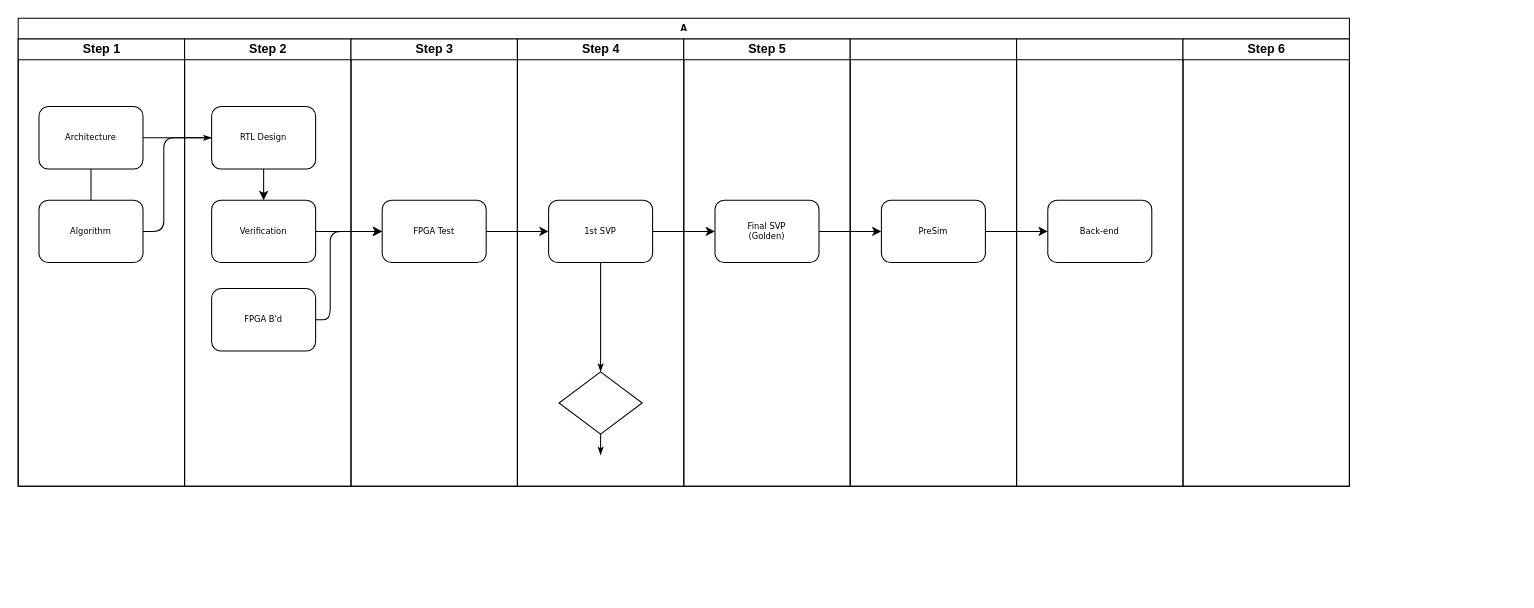
This is script/Untitled Diagram.drawio from choisworld/github-slideshow, a draw.io file, before an edit. Source tidied: cells renumbered, new cells numbered last; positions are measured from the earlier drawing's top-left corner, leaving out a move shared by most shapes. Both pictures are drawn from the tidied source at 104%, with x=0, y=0 at pixel (18, 18).
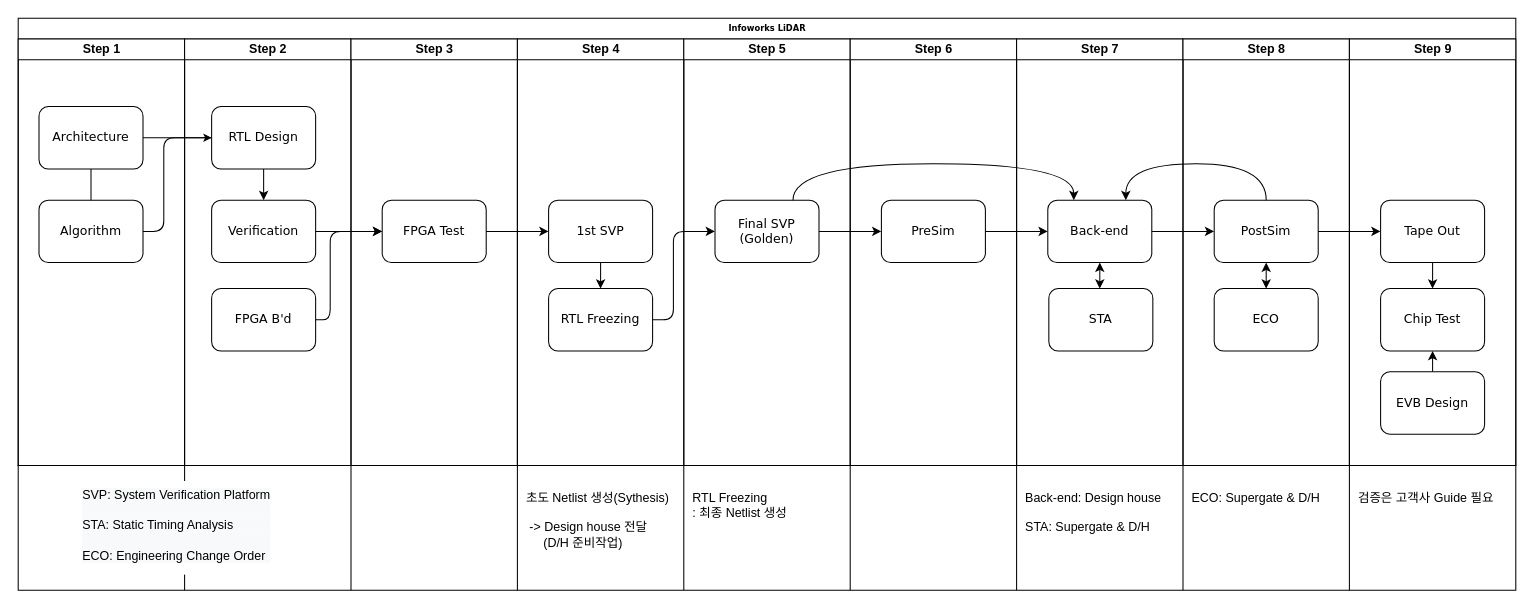
Above is the later version.

The edit, as a diff of the source:
```diff
@@
-    <mxCell id="2" value="A" style="swimlane;html=1;startSize=20;rounded=0;shadow=0;labelBackgroundColor=none;strokeWidth=1;fontFamily=Verdana;fontSize=8;align=center;" parent="1" vertex="1">
-      <mxGeometry width="1280" height="450" as="geometry" />
+    <mxCell id="2" value="Infoworks LiDAR" style="swimlane;html=1;startSize=20;rounded=0;shadow=0;labelBackgroundColor=none;strokeWidth=1;fontFamily=Verdana;fontSize=8;align=center;" parent="1" vertex="1">
+      <mxGeometry width="1440" height="430" as="geometry" />
     </mxCell>
     <mxCell id="3" value="Step 1" style="swimlane;html=1;startSize=20;" parent="2" vertex="1">
-      <mxGeometry y="20" width="160" height="430" as="geometry" />
+      <mxGeometry y="20" width="160" height="410" as="geometry" />
     </mxCell>
-    <mxCell id="4" value="Architecture" style="rounded=1;whiteSpace=wrap;html=1;shadow=0;labelBackgroundColor=none;strokeWidth=1;fontFamily=Verdana;fontSize=8;align=center;" parent="3" vertex="1">
+    <mxCell id="4" value="&lt;font style=&quot;font-size: 12px&quot;&gt;Architecture&lt;/font&gt;" style="rounded=1;whiteSpace=wrap;html=1;shadow=0;labelBackgroundColor=none;strokeWidth=1;fontFamily=Verdana;fontSize=8;align=center;" parent="3" vertex="1">
       <mxGeometry x="20" y="65" width="100" height="60" as="geometry" />
     </mxCell>
-    <mxCell id="5" value="Algorithm" style="rounded=1;whiteSpace=wrap;html=1;shadow=0;labelBackgroundColor=none;strokeWidth=1;fontFamily=Verdana;fontSize=8;align=center;" parent="3" vertex="1">
+    <mxCell id="5" value="&lt;font style=&quot;font-size: 12px&quot;&gt;Algorithm&lt;/font&gt;" style="rounded=1;whiteSpace=wrap;html=1;shadow=0;labelBackgroundColor=none;strokeWidth=1;fontFamily=Verdana;fontSize=8;align=center;" parent="3" vertex="1">
       <mxGeometry x="20" y="155" width="100" height="60" as="geometry" />
     </mxCell>
@@
-    <mxCell id="7" style="edgeStyle=orthogonalEdgeStyle;rounded=1;html=1;labelBackgroundColor=none;startArrow=none;startFill=0;startSize=5;endArrow=classicThin;endFill=1;endSize=5;jettySize=auto;strokeWidth=1;fontFamily=Verdana;fontSize=8;" parent="2" edge="1" source="4" target="10">
+    <mxCell id="7" style="edgeStyle=orthogonalEdgeStyle;rounded=1;html=1;labelBackgroundColor=none;startArrow=none;startFill=0;startSize=5;endArrow=classic;endFill=1;endSize=5;jettySize=auto;strokeWidth=1;fontFamily=Verdana;fontSize=8;" parent="2" edge="1" source="4" target="10">
       <mxGeometry relative="1" as="geometry" />
     </mxCell>
     <mxCell id="8" value="Step 2" style="swimlane;html=1;startSize=20;" parent="2" vertex="1">
-      <mxGeometry x="160" y="20" width="160" height="430" as="geometry" />
+      <mxGeometry x="160" y="20" width="160" height="410" as="geometry" />
     </mxCell>
@@
-    <mxCell id="10" value="RTL Design" style="rounded=1;whiteSpace=wrap;html=1;shadow=0;labelBackgroundColor=none;strokeWidth=1;fontFamily=Verdana;fontSize=8;align=center;" parent="8" vertex="1">
+    <mxCell id="10" value="&lt;font style=&quot;font-size: 12px&quot;&gt;RTL Design&lt;/font&gt;" style="rounded=1;whiteSpace=wrap;html=1;shadow=0;labelBackgroundColor=none;strokeWidth=1;fontFamily=Verdana;fontSize=8;align=center;" parent="8" vertex="1">
       <mxGeometry x="26" y="65" width="100" height="60" as="geometry" />
     </mxCell>
-    <mxCell id="11" value="Verification" style="rounded=1;whiteSpace=wrap;html=1;shadow=0;labelBackgroundColor=none;strokeWidth=1;fontFamily=Verdana;fontSize=8;align=center;" parent="8" vertex="1">
+    <mxCell id="11" value="&lt;font style=&quot;font-size: 12px&quot;&gt;Verification&lt;/font&gt;" style="rounded=1;whiteSpace=wrap;html=1;shadow=0;labelBackgroundColor=none;strokeWidth=1;fontFamily=Verdana;fontSize=8;align=center;" parent="8" vertex="1">
       <mxGeometry x="26" y="155" width="100" height="60" as="geometry" />
     </mxCell>
-    <mxCell id="12" value="FPGA B'd" style="rounded=1;whiteSpace=wrap;html=1;shadow=0;labelBackgroundColor=none;strokeWidth=1;fontFamily=Verdana;fontSize=8;align=center;" parent="8" vertex="1">
+    <mxCell id="12" value="&lt;font style=&quot;font-size: 12px&quot;&gt;FPGA B'd&lt;/font&gt;" style="rounded=1;whiteSpace=wrap;html=1;shadow=0;labelBackgroundColor=none;strokeWidth=1;fontFamily=Verdana;fontSize=8;align=center;" parent="8" vertex="1">
       <mxGeometry x="26" y="240" width="100" height="60" as="geometry" />
     </mxCell>
     <mxCell id="13" value="Step 3" style="swimlane;html=1;startSize=20;" parent="2" vertex="1">
-      <mxGeometry x="320" y="20" width="160" height="430" as="geometry" />
+      <mxGeometry x="320" y="20" width="160" height="410" as="geometry" />
     </mxCell>
-    <mxCell id="14" value="FPGA Test" style="rounded=1;whiteSpace=wrap;html=1;shadow=0;labelBackgroundColor=none;strokeWidth=1;fontFamily=Verdana;fontSize=8;align=center;" parent="13" vertex="1">
+    <mxCell id="14" value="&lt;font style=&quot;font-size: 12px&quot;&gt;FPGA Test&lt;/font&gt;" style="rounded=1;whiteSpace=wrap;html=1;shadow=0;labelBackgroundColor=none;strokeWidth=1;fontFamily=Verdana;fontSize=8;align=center;" parent="13" vertex="1">
       <mxGeometry x="30" y="155" width="100" height="60" as="geometry" />
     </mxCell>
     <mxCell id="15" value="Step 4" style="swimlane;html=1;startSize=20;" parent="2" vertex="1">
-      <mxGeometry x="480" y="20" width="160" height="430" as="geometry" />
+      <mxGeometry x="480" y="20" width="160" height="410" as="geometry" />
     </mxCell>
+    <mxCell id="34" style="edgeStyle=elbowEdgeStyle;curved=1;jettySize=auto;html=1;exitX=0.5;exitY=1;exitDx=0;exitDy=0;entryX=0.5;entryY=0;entryDx=0;entryDy=0;startArrow=none;startFill=0;endArrow=classic;endFill=1;" parent="15" edge="1" source="16" target="35">
+      <mxGeometry relative="1" as="geometry" />
+    </mxCell>
-    <mxCell id="16" value="1st SVP" style="rounded=1;whiteSpace=wrap;html=1;shadow=0;labelBackgroundColor=none;strokeWidth=1;fontFamily=Verdana;fontSize=8;align=center;" parent="15" vertex="1">
+    <mxCell id="16" value="&lt;font style=&quot;font-size: 12px&quot;&gt;1st SVP&lt;/font&gt;" style="rounded=1;whiteSpace=wrap;html=1;shadow=0;labelBackgroundColor=none;strokeWidth=1;fontFamily=Verdana;fontSize=8;align=center;" parent="15" vertex="1">
       <mxGeometry x="30" y="155" width="100" height="60" as="geometry" />
     </mxCell>
-    <mxCell id="17" style="rhombus;whiteSpace=wrap;html=1;rounded=0;shadow=0;labelBackgroundColor=none;strokeWidth=1;fontFamily=Verdana;fontSize=8;align=center;" parent="15" vertex="1">
-      <mxGeometry x="40" y="320" width="80" height="60" as="geometry" />
-    </mxCell>
-    <mxCell id="18" style="edgeStyle=orthogonalEdgeStyle;rounded=1;html=1;labelBackgroundColor=none;startArrow=none;startFill=0;startSize=5;endArrow=classicThin;endFill=1;endSize=5;jettySize=auto;strokeColor=#000000;strokeWidth=1;fontFamily=Verdana;fontSize=8;fontColor=#000000;" parent="15" edge="1" source="16" target="17">
-      <mxGeometry relative="1" as="geometry" />
-    </mxCell>
-    <mxCell id="19" style="edgeStyle=orthogonalEdgeStyle;rounded=1;html=1;labelBackgroundColor=none;startArrow=none;startFill=0;startSize=5;endArrow=classicThin;endFill=1;endSize=5;jettySize=auto;strokeWidth=1;fontFamily=Verdana;fontSize=8;" parent="15" edge="1" source="17">
-      <mxGeometry relative="1" as="geometry">
-        <mxPoint x="80" y="400" as="targetPoint" />
-      </mxGeometry>
-    </mxCell>
+    <mxCell id="35" value="&lt;font style=&quot;font-size: 12px&quot;&gt;RTL Freezing&lt;/font&gt;" style="rounded=1;whiteSpace=wrap;html=1;shadow=0;labelBackgroundColor=none;strokeWidth=1;fontFamily=Verdana;fontSize=8;align=center;" parent="15" vertex="1">
+      <mxGeometry x="30" y="240" width="100" height="60" as="geometry" />
+    </mxCell>
     <mxCell id="20" value="Step 5" style="swimlane;html=1;startSize=20;" parent="2" vertex="1">
-      <mxGeometry x="640" y="20" width="160" height="430" as="geometry" />
+      <mxGeometry x="640" y="20" width="160" height="410" as="geometry" />
     </mxCell>
-    <mxCell id="21" value="Final SVP&lt;br&gt;(Golden)" style="rounded=1;whiteSpace=wrap;html=1;shadow=0;labelBackgroundColor=none;strokeWidth=1;fontFamily=Verdana;fontSize=8;align=center;" parent="20" vertex="1">
+    <mxCell id="21" value="&lt;font style=&quot;font-size: 12px&quot;&gt;Final SVP&lt;br&gt;(Golden)&lt;/font&gt;" style="rounded=1;whiteSpace=wrap;html=1;shadow=0;labelBackgroundColor=none;strokeWidth=1;fontFamily=Verdana;fontSize=8;align=center;" parent="20" vertex="1">
       <mxGeometry x="30" y="155" width="100" height="60" as="geometry" />
     </mxCell>
-    <mxCell id="22" style="swimlane;html=1;startSize=20;" parent="2" vertex="1">
-      <mxGeometry x="800" y="20" width="160" height="430" as="geometry" />
+    <mxCell id="22" value="Step 6" style="swimlane;html=1;startSize=20;" parent="2" vertex="1">
+      <mxGeometry x="800" y="20" width="160" height="410" as="geometry" />
     </mxCell>
-    <mxCell id="23" value="PreSim" style="rounded=1;whiteSpace=wrap;html=1;shadow=0;labelBackgroundColor=none;strokeWidth=1;fontFamily=Verdana;fontSize=8;align=center;" parent="22" vertex="1">
+    <mxCell id="23" value="&lt;font style=&quot;font-size: 12px&quot;&gt;PreSim&lt;/font&gt;" style="rounded=1;whiteSpace=wrap;html=1;shadow=0;labelBackgroundColor=none;strokeWidth=1;fontFamily=Verdana;fontSize=8;align=center;" parent="22" vertex="1">
       <mxGeometry x="30" y="155" width="100" height="60" as="geometry" />
     </mxCell>
-    <mxCell id="24" style="swimlane;html=1;startSize=20;" parent="2" vertex="1">
-      <mxGeometry x="960" y="20" width="160" height="430" as="geometry" />
+    <mxCell id="24" value="Step 7" style="swimlane;html=1;startSize=20;" parent="2" vertex="1">
+      <mxGeometry x="960" y="20" width="160" height="410" as="geometry" />
     </mxCell>
+    <mxCell id="36" style="edgeStyle=elbowEdgeStyle;rounded=0;jettySize=auto;html=1;exitX=0.5;exitY=1;exitDx=0;exitDy=0;startArrow=classic;startFill=1;endArrow=classic;endFill=1;" parent="24" edge="1" source="25" target="37">
+      <mxGeometry relative="1" as="geometry" />
+    </mxCell>
-    <mxCell id="25" value="Back-end" style="rounded=1;whiteSpace=wrap;html=1;shadow=0;labelBackgroundColor=none;strokeWidth=1;fontFamily=Verdana;fontSize=8;align=center;" parent="24" vertex="1">
+    <mxCell id="25" value="&lt;font style=&quot;font-size: 12px&quot;&gt;Back-end&lt;/font&gt;" style="rounded=1;whiteSpace=wrap;html=1;shadow=0;labelBackgroundColor=none;strokeWidth=1;fontFamily=Verdana;fontSize=8;align=center;" parent="24" vertex="1">
       <mxGeometry x="30" y="155" width="100" height="60" as="geometry" />
     </mxCell>
+    <mxCell id="37" value="&lt;font style=&quot;font-size: 12px&quot;&gt;STA&lt;/font&gt;" style="rounded=1;whiteSpace=wrap;html=1;shadow=0;labelBackgroundColor=none;strokeWidth=1;fontFamily=Verdana;fontSize=8;align=center;" parent="24" vertex="1">
+      <mxGeometry x="31" y="240" width="100" height="60" as="geometry" />
+    </mxCell>
-    <mxCell id="26" value="Step 6" style="swimlane;html=1;startSize=20;" parent="2" vertex="1">
-      <mxGeometry x="1120" y="20" width="160" height="430" as="geometry" />
+    <mxCell id="26" value="Step 8" style="swimlane;html=1;startSize=20;" parent="2" vertex="1">
+      <mxGeometry x="1120" y="20" width="160" height="410" as="geometry" />
     </mxCell>
+    <mxCell id="38" style="edgeStyle=elbowEdgeStyle;curved=1;jettySize=auto;html=1;exitX=0.5;exitY=1;exitDx=0;exitDy=0;entryX=0.5;entryY=0;entryDx=0;entryDy=0;startArrow=classic;startFill=1;endArrow=classic;endFill=1;" parent="26" edge="1" source="39" target="40">
+      <mxGeometry relative="1" as="geometry" />
+    </mxCell>
+    <mxCell id="39" value="&lt;font style=&quot;font-size: 12px&quot;&gt;PostSim&lt;/font&gt;" style="rounded=1;whiteSpace=wrap;html=1;shadow=0;labelBackgroundColor=none;strokeWidth=1;fontFamily=Verdana;fontSize=8;align=center;" parent="26" vertex="1">
+      <mxGeometry x="30" y="155" width="100" height="60" as="geometry" />
+    </mxCell>
+    <mxCell id="40" value="&lt;font style=&quot;font-size: 12px&quot;&gt;ECO&lt;/font&gt;" style="rounded=1;whiteSpace=wrap;html=1;shadow=0;labelBackgroundColor=none;strokeWidth=1;fontFamily=Verdana;fontSize=8;align=center;" parent="26" vertex="1">
+      <mxGeometry x="30" y="240" width="100" height="60" as="geometry" />
+    </mxCell>
+    <mxCell id="41" value="Step 9" style="swimlane;html=1;startSize=20;" parent="2" vertex="1">
+      <mxGeometry x="1280" y="20" width="160" height="410" as="geometry" />
+    </mxCell>
+    <mxCell id="42" style="edgeStyle=elbowEdgeStyle;curved=1;jettySize=auto;html=1;exitX=0.5;exitY=1;exitDx=0;exitDy=0;entryX=0.5;entryY=0;entryDx=0;entryDy=0;startArrow=none;startFill=0;endArrow=classic;endFill=1;" parent="41" edge="1" source="43" target="44">
+      <mxGeometry relative="1" as="geometry" />
+    </mxCell>
+    <mxCell id="43" value="&lt;font style=&quot;font-size: 12px&quot;&gt;Tape Out&lt;/font&gt;" style="rounded=1;whiteSpace=wrap;html=1;shadow=0;labelBackgroundColor=none;strokeWidth=1;fontFamily=Verdana;fontSize=8;align=center;" parent="41" vertex="1">
+      <mxGeometry x="30" y="155" width="100" height="60" as="geometry" />
+    </mxCell>
+    <mxCell id="44" value="&lt;font style=&quot;font-size: 12px&quot;&gt;Chip Test&lt;/font&gt;" style="rounded=1;whiteSpace=wrap;html=1;shadow=0;labelBackgroundColor=none;strokeWidth=1;fontFamily=Verdana;fontSize=8;align=center;" parent="41" vertex="1">
+      <mxGeometry x="30" y="240" width="100" height="60" as="geometry" />
+    </mxCell>
+    <mxCell id="45" style="edgeStyle=elbowEdgeStyle;curved=1;jettySize=auto;html=1;exitX=0.5;exitY=0;exitDx=0;exitDy=0;entryX=0.5;entryY=1;entryDx=0;entryDy=0;startArrow=none;startFill=0;endArrow=classic;endFill=1;" parent="41" edge="1" source="46" target="44">
+      <mxGeometry relative="1" as="geometry" />
+    </mxCell>
+    <mxCell id="46" value="&lt;font style=&quot;font-size: 12px&quot;&gt;EVB Design&lt;/font&gt;" style="rounded=1;whiteSpace=wrap;html=1;shadow=0;labelBackgroundColor=none;strokeWidth=1;fontFamily=Verdana;fontSize=8;align=center;" parent="41" vertex="1">
+      <mxGeometry x="30" y="320" width="100" height="60" as="geometry" />
+    </mxCell>
@@
-    <mxCell id="31" style="edgeStyle=elbowEdgeStyle;rounded=1;jettySize=auto;html=1;startArrow=none;startFill=0;endArrow=classic;endFill=1;" parent="2" edge="1" source="16" target="21">
-      <mxGeometry relative="1" as="geometry" />
-    </mxCell>
@@
+    <mxCell id="47" style="edgeStyle=elbowEdgeStyle;rounded=1;jettySize=auto;html=1;startArrow=none;startFill=0;endArrow=classic;endFill=1;" parent="2" edge="1" source="25" target="39">
+      <mxGeometry relative="1" as="geometry" />
+    </mxCell>
+    <mxCell id="48" style="edgeStyle=elbowEdgeStyle;rounded=0;jettySize=auto;html=1;exitX=1;exitY=0.5;exitDx=0;exitDy=0;entryX=0;entryY=0.5;entryDx=0;entryDy=0;startArrow=none;startFill=0;endArrow=classic;endFill=1;" parent="2" edge="1" source="39" target="43">
+      <mxGeometry relative="1" as="geometry" />
+    </mxCell>
+    <mxCell id="49" style="edgeStyle=elbowEdgeStyle;jettySize=auto;html=1;startArrow=none;startFill=0;endArrow=classic;endFill=1;curved=1;entryX=0.75;entryY=0;entryDx=0;entryDy=0;exitX=0.5;exitY=0;exitDx=0;exitDy=0;" parent="2" edge="1" source="39" target="25">
+      <mxGeometry relative="1" as="geometry">
+        <Array as="points">
+          <mxPoint x="1140" y="140" />
+        </Array>
+      </mxGeometry>
+    </mxCell>
+    <mxCell id="50" style="edgeStyle=elbowEdgeStyle;jettySize=auto;html=1;exitX=1;exitY=0.5;exitDx=0;exitDy=0;startArrow=none;startFill=0;endArrow=classic;endFill=1;rounded=1;" parent="2" edge="1" source="35" target="21">
+      <mxGeometry relative="1" as="geometry">
+        <Array as="points">
+          <mxPoint x="630" y="250" />
+        </Array>
+      </mxGeometry>
+    </mxCell>
+    <mxCell id="51" style="edgeStyle=elbowEdgeStyle;jettySize=auto;html=1;exitX=0.75;exitY=0;exitDx=0;exitDy=0;entryX=0.25;entryY=0;entryDx=0;entryDy=0;startArrow=none;startFill=0;endArrow=classic;endFill=1;curved=1;" parent="2" edge="1" source="21" target="25">
+      <mxGeometry relative="1" as="geometry">
+        <Array as="points">
+          <mxPoint x="880" y="140" />
+        </Array>
+      </mxGeometry>
+    </mxCell>
+    <mxCell id="52" style="shape=table;startSize=0;childLayout=tableLayout;" parent="1" vertex="1">
+      <mxGeometry y="430" width="1440" height="120" as="geometry" />
+    </mxCell>
+    <mxCell id="53" style="shape=partialRectangle;fillColor=none;top=0;left=0;bottom=0;right=0;" parent="52" vertex="1">
+      <mxGeometry width="1440" height="120" as="geometry" />
+    </mxCell>
+    <mxCell id="54" style="shape=partialRectangle;html=1;whiteSpace=wrap;overflow=hidden;fillColor=none;top=0;left=0;bottom=0;right=0;" parent="53" vertex="1">
+      <mxGeometry width="160" height="120" as="geometry" />
+    </mxCell>
+    <mxCell id="55" style="shape=partialRectangle;html=1;whiteSpace=wrap;overflow=hidden;fillColor=none;top=0;left=0;bottom=0;right=0;" parent="53" vertex="1">
+      <mxGeometry x="160" width="160" height="120" as="geometry" />
+    </mxCell>
+    <mxCell id="56" style="shape=partialRectangle;html=1;whiteSpace=wrap;overflow=hidden;fillColor=none;top=0;left=0;bottom=0;right=0;" parent="53" vertex="1">
+      <mxGeometry x="320" width="160" height="120" as="geometry" />
+    </mxCell>
+    <mxCell id="57" value="&amp;nbsp; 초도 Netlist 생성(Sythesis)&lt;br&gt;&lt;br&gt;&amp;nbsp; &amp;nbsp;-&amp;gt; Design house 전달&lt;br&gt;&amp;nbsp; &amp;nbsp; &amp;nbsp; &amp;nbsp;(D/H 준비작업)&lt;br&gt;&amp;nbsp; &amp;nbsp; &amp;nbsp;" style="shape=partialRectangle;html=1;whiteSpace=wrap;overflow=hidden;fillColor=none;top=0;left=0;bottom=0;right=0;align=left;" parent="53" vertex="1">
+      <mxGeometry x="480" width="160" height="120" as="geometry" />
+    </mxCell>
+    <mxCell id="58" value="&amp;nbsp; RTL Freezing&lt;br&gt;&amp;nbsp; : 최종 Netlist 생성&lt;br&gt;&lt;br&gt;&lt;br&gt;&amp;nbsp;" style="shape=partialRectangle;html=1;whiteSpace=wrap;overflow=hidden;fillColor=none;top=0;left=0;bottom=0;right=0;align=left;" parent="53" vertex="1">
+      <mxGeometry x="640" width="160" height="120" as="geometry" />
+    </mxCell>
+    <mxCell id="59" style="shape=partialRectangle;html=1;whiteSpace=wrap;overflow=hidden;fillColor=none;top=0;left=0;bottom=0;right=0;" parent="53" vertex="1">
+      <mxGeometry x="800" width="160" height="120" as="geometry" />
+    </mxCell>
+    <mxCell id="60" value="&amp;nbsp; Back-end: Design house&lt;br&gt;&lt;br&gt;&amp;nbsp; STA: Supergate &amp;amp; D/H&lt;br&gt;&lt;br&gt;&lt;br&gt;" style="shape=partialRectangle;html=1;whiteSpace=wrap;overflow=hidden;fillColor=none;top=0;left=0;bottom=0;right=0;align=left;" parent="53" vertex="1">
+      <mxGeometry x="960" width="160" height="120" as="geometry" />
+    </mxCell>
+    <mxCell id="61" value="&amp;nbsp; ECO: Supergate &amp;amp; D/H&lt;br&gt;&lt;br&gt;&lt;br&gt;&lt;br&gt;&amp;nbsp;&lt;br&gt;" style="shape=partialRectangle;html=1;whiteSpace=wrap;overflow=hidden;fillColor=none;top=0;left=0;bottom=0;right=0;align=left;" parent="53" vertex="1">
+      <mxGeometry x="1120" width="160" height="120" as="geometry" />
+    </mxCell>
+    <mxCell id="62" value="&amp;nbsp; 검증은 고객사 Guide 필요&lt;br&gt;&lt;br&gt;&lt;br&gt;&lt;br&gt;&amp;nbsp;" style="shape=partialRectangle;html=1;whiteSpace=wrap;overflow=hidden;fillColor=none;top=0;left=0;bottom=0;right=0;align=left;" parent="53" vertex="1">
+      <mxGeometry x="1280" width="160" height="120" as="geometry" />
+    </mxCell>
+    <mxCell id="63" value="&lt;blockquote style=&quot;color: rgb(0 , 0 , 0) ; font-family: &amp;#34;helvetica&amp;#34; ; font-size: 12px ; font-style: normal ; font-weight: 400 ; letter-spacing: normal ; text-indent: 0px ; text-transform: none ; word-spacing: 0px ; background-color: rgb(248 , 249 , 250) ; margin: 0px 0px 0px 40px ; border: none ; padding: 0px&quot;&gt;SVP: System Verification Platform&lt;/blockquote&gt;&lt;blockquote style=&quot;color: rgb(0 , 0 , 0) ; font-family: &amp;#34;helvetica&amp;#34; ; font-size: 12px ; font-style: normal ; font-weight: 400 ; letter-spacing: normal ; text-indent: 0px ; text-transform: none ; word-spacing: 0px ; background-color: rgb(248 , 249 , 250) ; margin: 0px 0px 0px 40px ; border: none ; padding: 0px&quot;&gt;&amp;nbsp;&lt;/blockquote&gt;&lt;blockquote style=&quot;color: rgb(0 , 0 , 0) ; font-family: &amp;#34;helvetica&amp;#34; ; font-size: 12px ; font-style: normal ; font-weight: 400 ; letter-spacing: normal ; text-indent: 0px ; text-transform: none ; word-spacing: 0px ; background-color: rgb(248 , 249 , 250) ; margin: 0px 0px 0px 40px ; border: none ; padding: 0px&quot;&gt;STA: Static Timing Analysis&amp;nbsp;&lt;/blockquote&gt;&lt;blockquote style=&quot;color: rgb(0 , 0 , 0) ; font-family: &amp;#34;helvetica&amp;#34; ; font-style: normal ; font-weight: 400 ; letter-spacing: normal ; text-indent: 0px ; text-transform: none ; word-spacing: 0px ; background-color: rgb(248 , 249 , 250) ; margin: 0px 0px 0px 40px ; border: none ; padding: 0px&quot;&gt;&lt;font style=&quot;font-size: 6px&quot;&gt;&amp;nbsp;&amp;nbsp;&lt;/font&gt;&lt;/blockquote&gt;&lt;blockquote style=&quot;color: rgb(0 , 0 , 0) ; font-family: &amp;#34;helvetica&amp;#34; ; font-size: 12px ; font-style: normal ; font-weight: 400 ; letter-spacing: normal ; text-indent: 0px ; text-transform: none ; word-spacing: 0px ; background-color: rgb(248 , 249 , 250) ; margin: 0px 0px 0px 40px ; border: none ; padding: 0px&quot;&gt;ECO: Engineering Change Order&lt;/blockquote&gt;" style="text;whiteSpace=wrap;html=1;fillColor=default;align=left;" parent="1" vertex="1">
+      <mxGeometry x="20" y="445" width="240" height="90" as="geometry" />
+    </mxCell>
```
